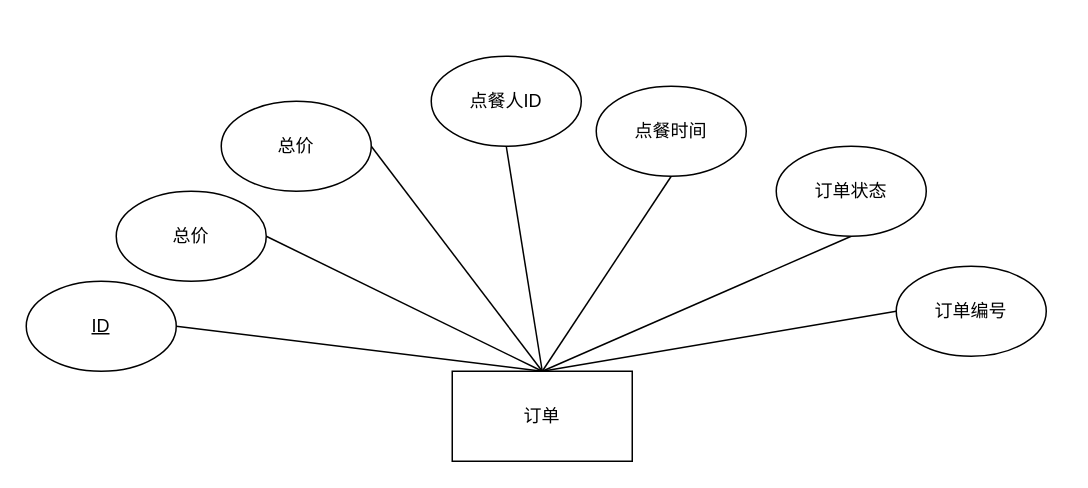
This is page "订单E-R图" (13 of 18) of main.drawio from bzerozero7/test, a draw.io file, before an edit. Source tidied: cells renumbered, new cells numbered last; positions are measured from the earlier drawing's top-left corner, leaving out a move shared by most shapes. Both pictures are drawn from the tidied source at 150%, with x=0, y=0 at pixel (26, 56).
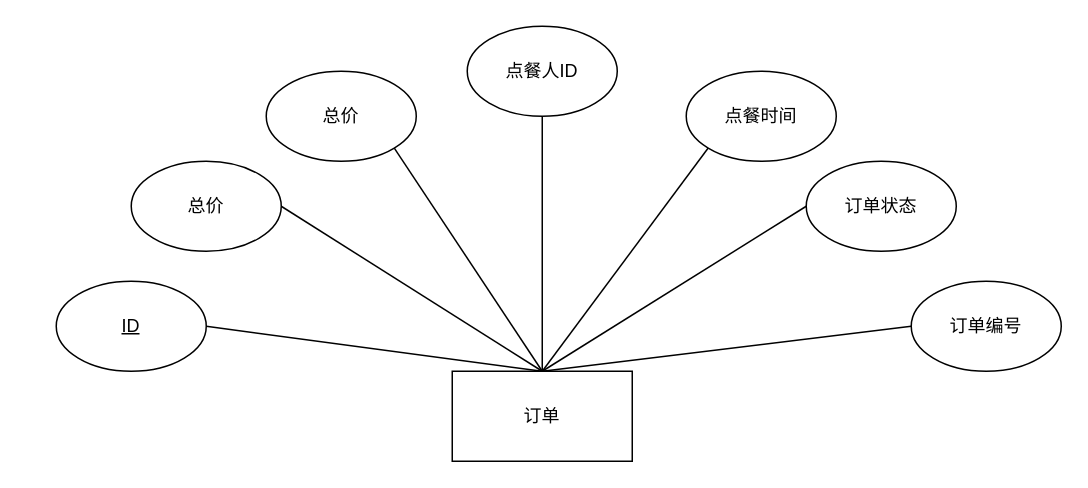
Above is the later version.

What changed in the source:
```diff
@@
 <mxGraphModel>
   <root>
     <mxCell id="0" />
     <mxCell id="1" parent="0" />
     <mxCell id="2" value="订单" style="rounded=0;whiteSpace=wrap;html=1;" parent="1" vertex="1">
       <mxGeometry x="284" y="210" width="120" height="60" as="geometry" />
     </mxCell>
     <mxCell id="3" style="rounded=0;jettySize=auto;html=1;exitX=1;exitY=0.5;exitDx=0;exitDy=0;entryX=0.5;entryY=0;entryDx=0;entryDy=0;endArrow=none;startFill=0;" parent="1" edge="1" source="4" target="2">
       <mxGeometry relative="1" as="geometry" />
     </mxCell>
     <mxCell id="4" value="&lt;u&gt;ID&lt;/u&gt;" style="ellipse;whiteSpace=wrap;html=1;" parent="1" vertex="1">
-      <mxGeometry y="150" width="100" height="60" as="geometry" />
+      <mxGeometry x="20" y="150" width="100" height="60" as="geometry" />
     </mxCell>
-    <mxCell id="5" style="rounded=0;jettySize=auto;html=1;exitX=1;exitY=0.5;exitDx=0;exitDy=0;entryX=0.5;entryY=0;entryDx=0;entryDy=0;endArrow=none;startFill=0;" parent="1" edge="1" source="6" target="2">
+    <mxCell id="5" style="rounded=0;jettySize=auto;html=1;exitX=1;exitY=1;exitDx=0;exitDy=0;entryX=0.5;entryY=0;entryDx=0;entryDy=0;endArrow=none;startFill=0;" parent="1" edge="1" source="6" target="2">
       <mxGeometry relative="1" as="geometry" />
     </mxCell>
     <mxCell id="6" value="总价" style="ellipse;whiteSpace=wrap;html=1;" parent="1" vertex="1">
-      <mxGeometry x="130" y="30" width="100" height="60" as="geometry" />
+      <mxGeometry x="160" y="10" width="100" height="60" as="geometry" />
     </mxCell>
     <mxCell id="7" style="rounded=0;jettySize=auto;html=1;exitX=0.5;exitY=1;exitDx=0;exitDy=0;entryX=0.5;entryY=0;entryDx=0;entryDy=0;endArrow=none;startFill=0;" parent="1" edge="1" source="8" target="2">
       <mxGeometry relative="1" as="geometry" />
     </mxCell>
     <mxCell id="8" value="点餐人ID" style="ellipse;whiteSpace=wrap;html=1;" parent="1" vertex="1">
-      <mxGeometry x="270" width="100" height="60" as="geometry" />
+      <mxGeometry x="294" y="-20" width="100" height="60" as="geometry" />
     </mxCell>
-    <mxCell id="9" style="rounded=0;jettySize=auto;html=1;exitX=0.5;exitY=1;exitDx=0;exitDy=0;entryX=0.5;entryY=0;entryDx=0;entryDy=0;endArrow=none;startFill=0;" parent="1" edge="1" source="10" target="2">
+    <mxCell id="9" style="rounded=0;jettySize=auto;html=1;exitX=0;exitY=1;exitDx=0;exitDy=0;entryX=0.5;entryY=0;entryDx=0;entryDy=0;endArrow=none;startFill=0;" parent="1" edge="1" source="10" target="2">
       <mxGeometry relative="1" as="geometry" />
     </mxCell>
     <mxCell id="10" value="点餐时间" style="ellipse;whiteSpace=wrap;html=1;" parent="1" vertex="1">
-      <mxGeometry x="380" y="20" width="100" height="60" as="geometry" />
+      <mxGeometry x="440" y="10" width="100" height="60" as="geometry" />
     </mxCell>
-    <mxCell id="11" style="rounded=0;jettySize=auto;html=1;exitX=0.5;exitY=1;exitDx=0;exitDy=0;entryX=0.5;entryY=0;entryDx=0;entryDy=0;endArrow=none;startFill=0;" parent="1" edge="1" source="12" target="2">
+    <mxCell id="11" style="rounded=0;jettySize=auto;html=1;exitX=0;exitY=0.5;exitDx=0;exitDy=0;entryX=0.5;entryY=0;entryDx=0;entryDy=0;endArrow=none;startFill=0;" parent="1" edge="1" source="12" target="2">
       <mxGeometry relative="1" as="geometry" />
     </mxCell>
     <mxCell id="12" value="订单状态" style="ellipse;whiteSpace=wrap;html=1;" parent="1" vertex="1">
-      <mxGeometry x="500" y="60" width="100" height="60" as="geometry" />
+      <mxGeometry x="520" y="70" width="100" height="60" as="geometry" />
     </mxCell>
     <mxCell id="13" style="rounded=0;jettySize=auto;html=1;exitX=0;exitY=0.5;exitDx=0;exitDy=0;endArrow=none;startFill=0;" parent="1" edge="1" source="14">
       <mxGeometry relative="1" as="geometry">
         <mxPoint x="344" y="210" as="targetPoint" />
       </mxGeometry>
     </mxCell>
     <mxCell id="14" value="订单编号" style="ellipse;whiteSpace=wrap;html=1;" parent="1" vertex="1">
-      <mxGeometry x="580" y="140" width="100" height="60" as="geometry" />
+      <mxGeometry x="590" y="150" width="100" height="60" as="geometry" />
     </mxCell>
     <mxCell id="15" style="rounded=0;jettySize=auto;html=1;exitX=1;exitY=0.5;exitDx=0;exitDy=0;entryX=0.5;entryY=0;entryDx=0;entryDy=0;endArrow=none;startFill=0;" parent="1" edge="1" source="16" target="2">
       <mxGeometry relative="1" as="geometry" />
     </mxCell>
     <mxCell id="16" value="总价" style="ellipse;whiteSpace=wrap;html=1;" parent="1" vertex="1">
-      <mxGeometry x="60" y="90" width="100" height="60" as="geometry" />
+      <mxGeometry x="70" y="70" width="100" height="60" as="geometry" />
     </mxCell>
   </root>
 </mxGraphModel>
```
